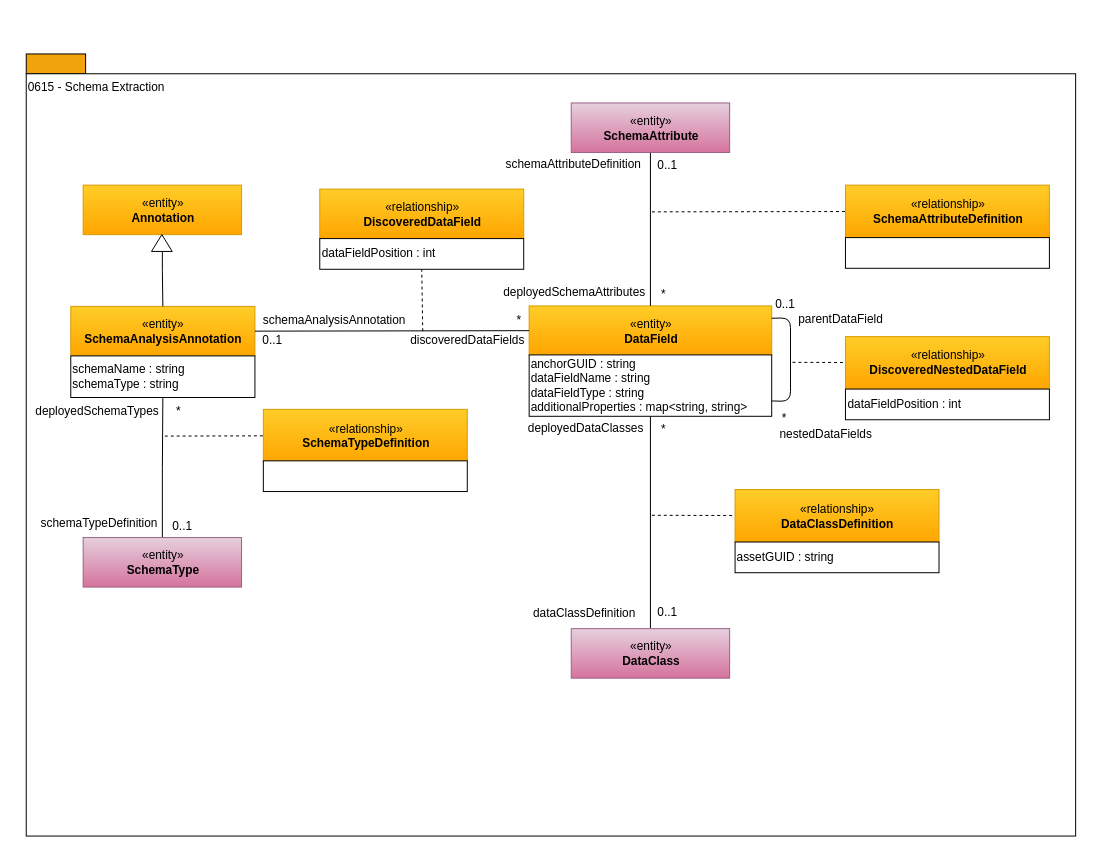
Before: page "0615 - Schema Extraction" (8 of 17) of open-metadata-publication/website/open-metadata-types/area-6-discovery.drawio in planetf1/egeria, a draw.io diagram. Source tidied: cells renumbered, new cells numbered last; positions are measured from the earlier drawing's top-left corner, leaving out a move shared by most shapes. Both pictures are drawn from the tidied source at 99%, with x=0, y=0 at pixel (26, 53).
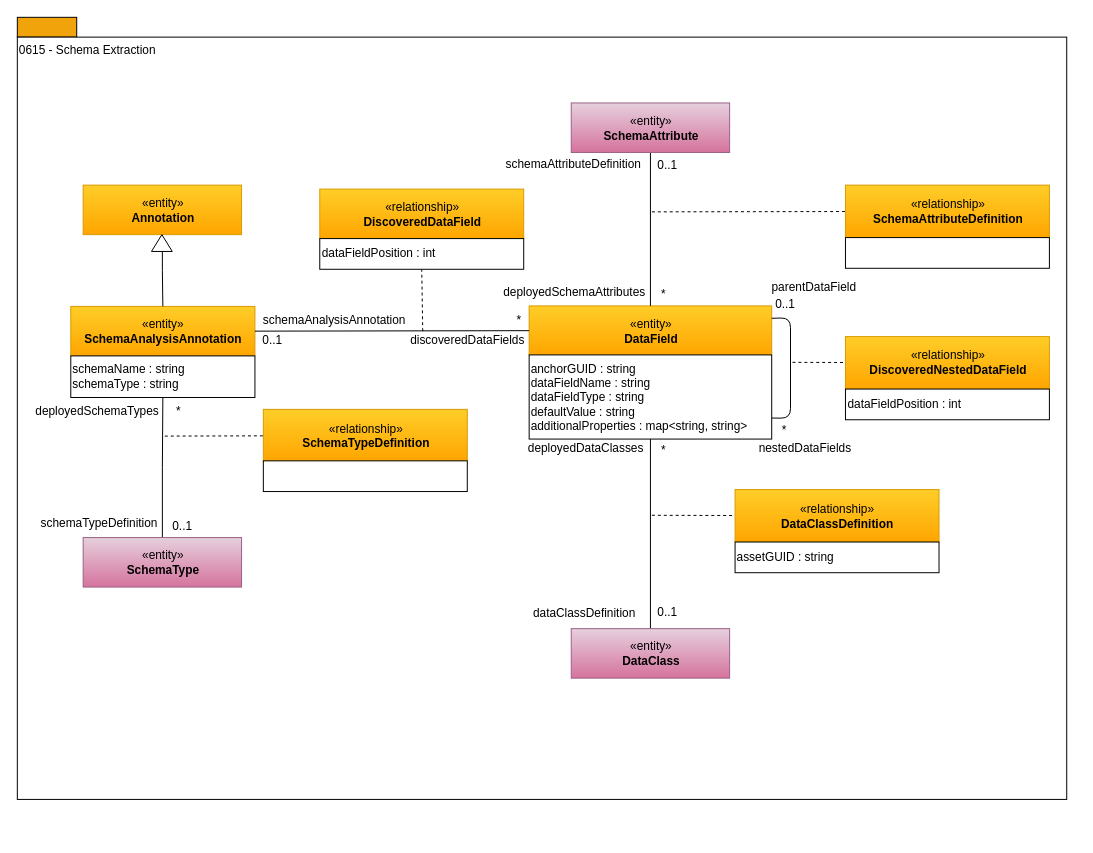
After the change.

Unchanged cells that the change refers to:
```xml
<mxCell id="9" value="«entity»&lt;br&gt;&lt;b&gt;DataField&lt;/b&gt;" style="html=1;strokeColor=#d79b00;align=center;fillColor=#ffcd28;gradientColor=#ffa500;" parent="1" vertex="1">
  <mxGeometry x="508" y="254.5" width="245" height="50" as="geometry" />
</mxCell>
```

Change to the diagram source:
```diff
@@
     <mxCell id="2" style="rounded=0;whiteSpace=wrap;html=1;align=left;fillColor=#f0a30a;strokeColor=#000000;fontColor=#ffffff;" parent="1" vertex="1">
-      <mxGeometry width="60" height="20" as="geometry" />
+      <mxGeometry x="-9" y="-37" width="60" height="20" as="geometry" />
     </mxCell>
     <mxCell id="3" value="0615 - Schema Extraction" style="rounded=0;whiteSpace=wrap;html=1;align=left;verticalAlign=top;" parent="1" vertex="1">
-      <mxGeometry y="20" width="1060" height="770" as="geometry" />
+      <mxGeometry x="-9" y="-17" width="1060" height="770" as="geometry" />
     </mxCell>
@@
     <mxCell id="16" value="*" style="text;html=1;strokeColor=none;fillColor=none;align=center;verticalAlign=middle;whiteSpace=wrap;rounded=0;" parent="1" vertex="1">
-      <mxGeometry x="753" y="358.5" width="26" height="18" as="geometry" />
+      <mxGeometry x="753" y="371" width="26" height="18" as="geometry" />
     </mxCell>
@@
     <mxCell id="22" value="nestedDataFields" style="text;html=1;strokeColor=none;fillColor=none;align=center;verticalAlign=middle;whiteSpace=wrap;rounded=0;" parent="1" vertex="1">
-      <mxGeometry x="753" y="373.5" width="110" height="20" as="geometry" />
+      <mxGeometry x="731.5" y="389" width="110" height="20" as="geometry" />
     </mxCell>
     <mxCell id="23" value="parentDataField" style="text;html=1;strokeColor=none;fillColor=none;align=center;verticalAlign=middle;whiteSpace=wrap;rounded=0;" parent="1" vertex="1">
-      <mxGeometry x="766.5" y="257.5" width="112" height="20" as="geometry" />
+      <mxGeometry x="739.5" y="225.5" width="112" height="20" as="geometry" />
     </mxCell>
     <mxCell id="24" style="endArrow=none;html=1;entryX=1;entryY=0.25;exitX=1;exitY=0.75;" parent="1" edge="1" source="26" target="9">
       <mxGeometry relative="1" as="geometry">
         <Array as="points">
-          <mxPoint x="772" y="351" />
+          <mxPoint x="772" y="368" />
           <mxPoint x="772" y="266.5" />
         </Array>
       </mxGeometry>
     </mxCell>
@@
-    <mxCell id="26" value="anchorGUID : string&lt;br&gt;dataFieldName : string&lt;br&gt;dataFieldType : string&lt;br&gt;additionalProperties : map&amp;lt;string, string&amp;gt;&lt;br&gt;" style="rounded=0;whiteSpace=wrap;html=1;strokeColor=#000000;gradientColor=#ffffff;align=left;" parent="1" vertex="1">
-      <mxGeometry x="508" y="304" width="245" height="62" as="geometry" />
+    <mxCell id="26" value="anchorGUID : string&lt;br&gt;dataFieldName : string&lt;br&gt;dataFieldType : string&lt;br&gt;defaultValue : string&lt;br&gt;additionalProperties : map&amp;lt;string, string&amp;gt;" style="rounded=0;whiteSpace=wrap;html=1;strokeColor=#000000;gradientColor=#ffffff;align=left;" parent="1" vertex="1">
+      <mxGeometry x="508" y="304" width="245" height="85" as="geometry" />
     </mxCell>
@@
     <mxCell id="47" value="*" style="text;html=1;strokeColor=none;fillColor=none;align=center;verticalAlign=middle;whiteSpace=wrap;rounded=0;" parent="1" vertex="1">
-      <mxGeometry x="630.5" y="369.5" width="26" height="18" as="geometry" />
+      <mxGeometry x="630.5" y="391.5" width="26" height="18" as="geometry" />
     </mxCell>
@@
     <mxCell id="53" value="deployedDataClasses" style="text;html=1;strokeColor=none;fillColor=none;align=center;verticalAlign=middle;whiteSpace=wrap;rounded=0;" parent="1" vertex="1">
-      <mxGeometry x="500.5" y="367.5" width="129" height="20" as="geometry" />
+      <mxGeometry x="500.5" y="388.5" width="129" height="20" as="geometry" />
     </mxCell>
```
